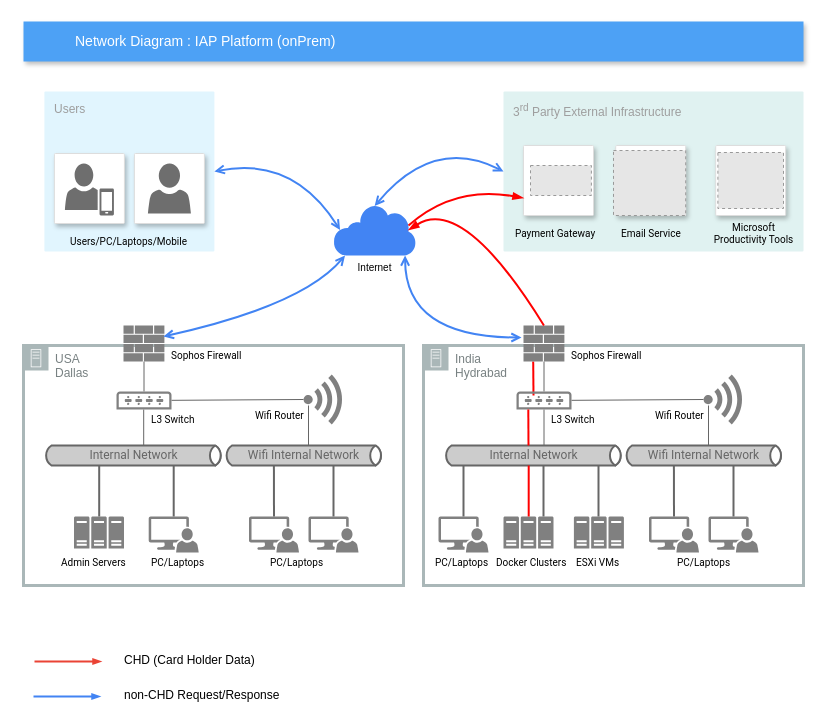
josephlim75/technologies keeps this draw.io diagram as page "Page-3" (2 of 3) of DrawIO/EPSoft Diagram.drawio. Above is the earlier version. Source tidied: cells renumbered, new cells numbered last; positions are measured from the earlier drawing's top-left corner, leaving out a move shared by most shapes. Both pictures are drawn from the tidied source at 100%, with x=0, y=0 at pixel (23, 21). Pictures stored in the file or linked from it are replaced by grey dashed boxes.
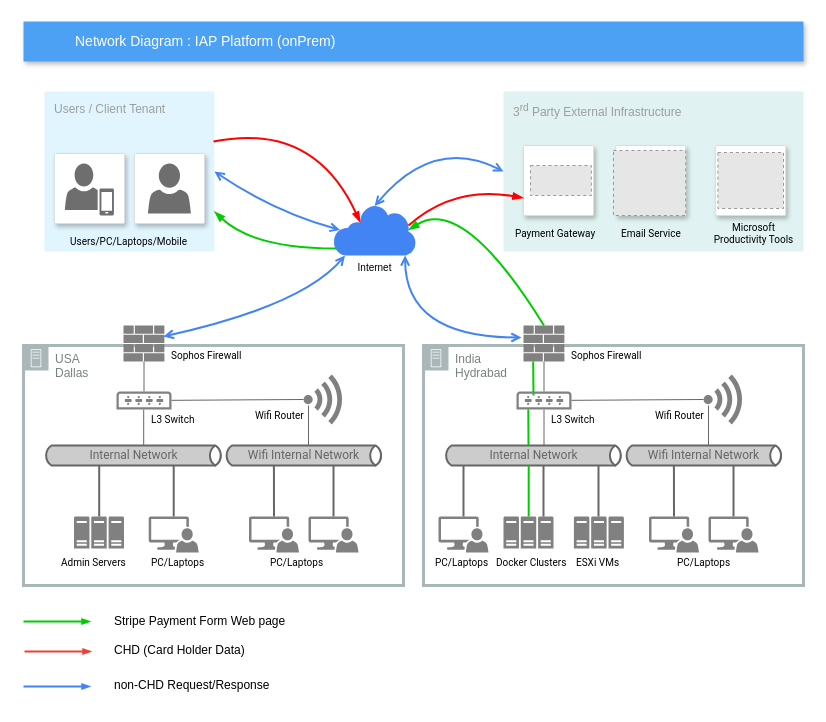
The same diagram, later.

The change refers to these unchanged cells:
```xml
<mxCell id="8" style="shadow=0;dashed=0;html=1;strokeColor=none;labelPosition=center;verticalLabelPosition=bottom;verticalAlign=top;align=center;shape=mxgraph.mscae.enterprise.firewall;fontColor=#FF0000;fillColor=#808080;" parent="1" vertex="1">
  <mxGeometry x="500" y="304" width="40.9" height="36" as="geometry" />
</mxCell>
```

Diff of the diagram source:
```diff
@@
+    <mxCell id="7" value="Internet" style="shadow=0;dashed=0;html=1;strokeColor=none;labelPosition=center;verticalLabelPosition=bottom;verticalAlign=top;align=center;shape=mxgraph.mscae.enterprise.internet;fontSize=10;fillColor=#4284F3;" parent="1" vertex="1">
+      <mxGeometry x="310" y="183" width="82.3" height="51" as="geometry" />
+    </mxCell>
+    <mxCell id="3" value="India &lt;br&gt;Hydrabad" style="gradientColor=none;html=1;whiteSpace=wrap;fontSize=12;fontStyle=0;shape=mxgraph.aws4.group;grIcon=mxgraph.aws4.group_on_premise;strokeColor=#AAB7B8;fillColor=none;verticalAlign=top;align=left;spacingLeft=30;dashed=0;strokeWidth=3;fontColor=#788182;" parent="1" vertex="1">
+      <mxGeometry x="400" y="324" width="380" height="240" as="geometry" />
+    </mxCell>
-    <mxCell id="2" style="html=1;labelBackgroundColor=#ffffff;jettySize=auto;orthogonalLoop=1;strokeWidth=2;fontSize=14;endArrow=none;endFill=0;strokeColor=#FF0000;" parent="1" edge="1">
+    <mxCell id="2" style="html=1;labelBackgroundColor=#ffffff;jettySize=auto;orthogonalLoop=1;strokeWidth=2;fontSize=14;endArrow=none;endFill=0;strokeColor=#00CC00;" parent="1" edge="1">
       <mxGeometry relative="1" as="geometry">
         <mxPoint x="509.7" y="340" as="sourcePoint" />
         <mxPoint x="510" y="374" as="targetPoint" />
       </mxGeometry>
     </mxCell>
-    <mxCell id="3" value="India &lt;br&gt;Hydrabad" style="gradientColor=none;html=1;whiteSpace=wrap;fontSize=12;fontStyle=0;shape=mxgraph.aws4.group;grIcon=mxgraph.aws4.group_on_premise;strokeColor=#AAB7B8;fillColor=none;verticalAlign=top;align=left;spacingLeft=30;dashed=0;strokeWidth=3;fontColor=#788182;" parent="1" vertex="1">
-      <mxGeometry x="400" y="324" width="380" height="240" as="geometry" />
-    </mxCell>
-    <mxCell id="4" value="Users" style="rounded=1;absoluteArcSize=1;arcSize=2;html=1;strokeColor=none;gradientColor=none;shadow=0;dashed=0;fontSize=12;fontColor=#9E9E9E;align=left;verticalAlign=top;spacing=10;spacingTop=-4;fillColor=#E1F5FE;" parent="1" vertex="1">
+    <mxCell id="4" value="Users / Client Tenant" style="rounded=1;absoluteArcSize=1;arcSize=2;html=1;strokeColor=none;gradientColor=none;shadow=0;dashed=0;fontSize=12;fontColor=#9E9E9E;align=left;verticalAlign=top;spacing=10;spacingTop=-4;fillColor=#E1F5FE;" parent="1" vertex="1">
       <mxGeometry x="20.9" y="70" width="170" height="160" as="geometry" />
     </mxCell>
@@
-    <mxCell id="7" value="Internet" style="shadow=0;dashed=0;html=1;strokeColor=none;labelPosition=center;verticalLabelPosition=bottom;verticalAlign=top;align=center;shape=mxgraph.mscae.enterprise.internet;fontSize=10;fillColor=#4284F3;" parent="1" vertex="1">
-      <mxGeometry x="310" y="183" width="82.3" height="51" as="geometry" />
-    </mxCell>
@@
-    <mxCell id="29" style="html=1;labelBackgroundColor=#ffffff;jettySize=auto;orthogonalLoop=1;strokeWidth=2;fontSize=14;endArrow=none;endFill=0;entryX=0.5;entryY=0;entryDx=0;entryDy=0;entryPerimeter=0;strokeColor=#FF0000;" parent="1" edge="1">
+    <mxCell id="29" style="html=1;labelBackgroundColor=#ffffff;jettySize=auto;orthogonalLoop=1;strokeWidth=2;fontSize=14;endArrow=none;endFill=0;entryX=0.5;entryY=0;entryDx=0;entryDy=0;entryPerimeter=0;strokeColor=#00CC00;" parent="1" edge="1">
       <mxGeometry relative="1" as="geometry">
         <mxPoint x="505.2" y="444" as="sourcePoint" />
         <mxPoint x="505.2" y="495" as="targetPoint" />
       </mxGeometry>
     </mxCell>
@@
     <mxCell id="71" style="html=1;labelBackgroundColor=#ffffff;jettySize=auto;strokeWidth=2;fontSize=14;endArrow=open;endFill=0;entryX=1;entryY=0.5;entryDx=0;entryDy=0;exitX=0.08;exitY=0.5;exitDx=0;exitDy=0;exitPerimeter=0;curved=1;startArrow=open;startFill=0;strokeColor=#4284F3;" parent="1" edge="1" source="7" target="4">
       <mxGeometry relative="1" as="geometry">
         <Array as="points">
-          <mxPoint x="270" y="134" />
+          <mxPoint x="250" y="190" />
         </Array>
       </mxGeometry>
     </mxCell>
@@
-    <mxCell id="76" style="html=1;labelBackgroundColor=#ffffff;jettySize=auto;strokeWidth=2;fontSize=14;endArrow=blockThin;endFill=1;entryX=0.91;entryY=0.5;entryDx=0;entryDy=0;strokeColor=#FF0000;curved=1;entryPerimeter=0;exitX=0.5;exitY=0;exitDx=0;exitDy=0;exitPerimeter=0;" parent="1" edge="1" source="8" target="7">
+    <mxCell id="76" style="html=1;labelBackgroundColor=#ffffff;jettySize=auto;strokeWidth=2;fontSize=14;endArrow=blockThin;endFill=1;entryX=0.91;entryY=0.5;entryDx=0;entryDy=0;curved=1;entryPerimeter=0;exitX=0.5;exitY=0;exitDx=0;exitDy=0;exitPerimeter=0;strokeColor=#00CC00;" parent="1" edge="1" source="8" target="7">
       <mxGeometry relative="1" as="geometry">
         <Array as="points">
           <mxPoint x="440" y="174" />
         </Array>
       </mxGeometry>
     </mxCell>
@@
-    <mxCell id="78" style="html=1;labelBackgroundColor=#ffffff;jettySize=auto;orthogonalLoop=1;strokeWidth=2;fontSize=14;endArrow=none;endFill=0;strokeColor=#FF0000;" parent="1" edge="1">
+    <mxCell id="78" style="html=1;labelBackgroundColor=#ffffff;jettySize=auto;orthogonalLoop=1;strokeWidth=2;fontSize=14;endArrow=none;endFill=0;strokeColor=#00CC00;" parent="1" edge="1">
       <mxGeometry relative="1" as="geometry">
         <mxPoint x="504.8" y="388" as="sourcePoint" />
         <mxPoint x="505" y="424" as="targetPoint" />
       </mxGeometry>
     </mxCell>
@@
     <mxCell id="84" style="edgeStyle=entityRelationEdgeStyle;fontSize=12;html=1;endArrow=blockThin;endFill=1;rounded=0;strokeWidth=2;endSize=4;startSize=4;strokeColor=#EA4335;dashed=0;exitX=1;exitY=0.25;exitDx=0;exitDy=0;" parent="1" edge="1">
       <mxGeometry relative="1" as="geometry">
-        <mxPoint x="11" y="640" as="sourcePoint" />
-        <mxPoint x="78" y="640" as="targetPoint" />
+        <mxPoint x="1" y="630" as="sourcePoint" />
+        <mxPoint x="68" y="630" as="targetPoint" />
       </mxGeometry>
     </mxCell>
     <mxCell id="85" style="edgeStyle=entityRelationEdgeStyle;fontSize=10;html=1;endArrow=blockThin;endFill=1;rounded=0;strokeWidth=2;endSize=4;startSize=4;dashed=0;strokeColor=#4284F3;startArrow=none;startFill=0;exitX=1;exitY=0.75;exitDx=0;exitDy=0;" parent="1" edge="1">
       <mxGeometry relative="1" as="geometry">
-        <mxPoint x="10" y="675" as="sourcePoint" />
-        <mxPoint x="77" y="675" as="targetPoint" />
+        <mxPoint y="665" as="sourcePoint" />
+        <mxPoint x="67" y="665" as="targetPoint" />
       </mxGeometry>
     </mxCell>
     <mxCell id="86" value="non-CHD Request/Response" style="text;html=1;align=left;verticalAlign=middle;fillColor=none;strokeColor=none;rounded=0;" parent="1" vertex="1">
-      <mxGeometry x="99" y="664" width="170" height="20" as="geometry" />
+      <mxGeometry x="89" y="654" width="170" height="20" as="geometry" />
     </mxCell>
     <mxCell id="87" value="CHD (Card Holder Data)" style="text;html=1;align=left;verticalAlign=middle;fillColor=none;strokeColor=none;rounded=0;" parent="1" vertex="1">
-      <mxGeometry x="99" y="629" width="150" height="20" as="geometry" />
+      <mxGeometry x="89" y="619" width="150" height="20" as="geometry" />
     </mxCell>
+    <mxCell id="88" style="edgeStyle=entityRelationEdgeStyle;fontSize=12;html=1;endArrow=blockThin;endFill=1;rounded=0;strokeWidth=2;endSize=4;startSize=4;dashed=0;exitX=1;exitY=0.25;exitDx=0;exitDy=0;strokeColor=#00CC00;" parent="1" edge="1">
+      <mxGeometry relative="1" as="geometry">
+        <mxPoint y="600" as="sourcePoint" />
+        <mxPoint x="67" y="600" as="targetPoint" />
+      </mxGeometry>
+    </mxCell>
+    <mxCell id="89" value="Stripe Payment Form Web page" style="text;html=1;align=left;verticalAlign=middle;fillColor=none;strokeColor=none;rounded=0;" parent="1" vertex="1">
+      <mxGeometry x="89" y="590" width="190" height="20" as="geometry" />
+    </mxCell>
+    <mxCell id="90" style="html=1;labelBackgroundColor=#ffffff;jettySize=auto;strokeWidth=2;fontSize=14;endArrow=blockThin;endFill=1;entryX=1;entryY=0.75;entryDx=0;entryDy=0;curved=1;exitX=0.036;exitY=0.863;exitDx=0;exitDy=0;exitPerimeter=0;strokeColor=#00CC00;" parent="1" edge="1" source="7" target="4">
+      <mxGeometry relative="1" as="geometry">
+        <Array as="points">
+          <mxPoint x="230" y="227" />
+        </Array>
+      </mxGeometry>
+    </mxCell>
+    <mxCell id="91" style="html=1;labelBackgroundColor=#ffffff;jettySize=auto;strokeWidth=2;fontSize=14;endArrow=blockThin;endFill=1;entryX=0.325;entryY=0.35;entryDx=0;entryDy=0;strokeColor=#FF0000;curved=1;entryPerimeter=0;" parent="1" edge="1" target="7">
+      <mxGeometry relative="1" as="geometry">
+        <mxPoint x="190" y="120" as="sourcePoint" />
+        <Array as="points">
+          <mxPoint x="290" y="100" />
+        </Array>
+      </mxGeometry>
+    </mxCell>
```
